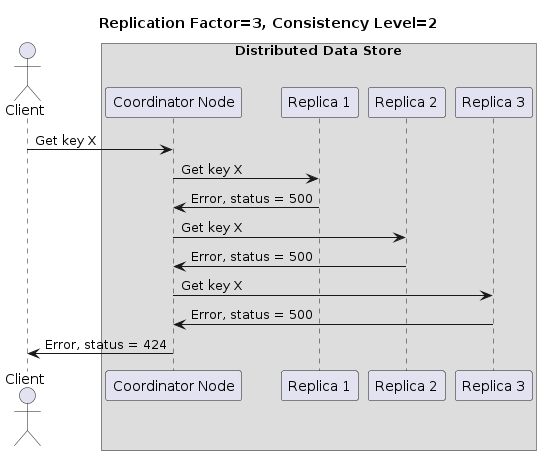
This is diagrams/sequence8.png from EliriaT/distributed-store, a PlantUML export, as it was before one commit.
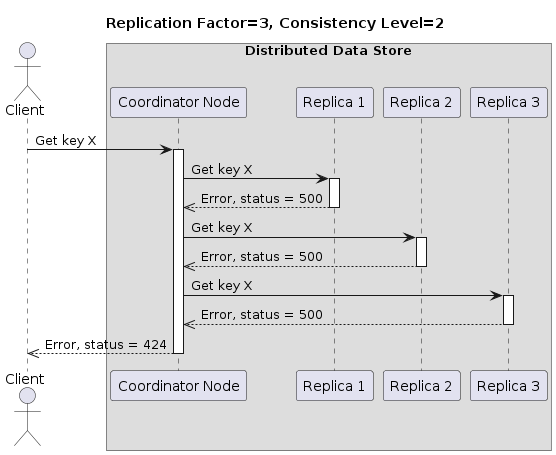
After the commit.

The edit, as a diff of the source:
```diff
@@ -11,15 +11,24 @@
 
 
 C -> CN : Get key X
+activate CN
+
 CN -> N1 : Get key X
-N1 -> CN : Error, status = 500
+activate N1
+N1 -->> CN : Error, status = 500
+deactivate N1
 
 CN -> N2 : Get key X
-N2 -> CN : Error, status = 500
+activate N2
+N2 -->> CN : Error, status = 500
+deactivate N2
 
 
 CN -> N3 : Get key X
-N3 -> CN : Error, status = 500
+activate N3
+N3 -->> CN : Error, status = 500
+deactivate N3
 
-CN -> C : Error, status = 424
+CN -->> C : Error, status = 424
+deactivate CN
 @enduml
```
